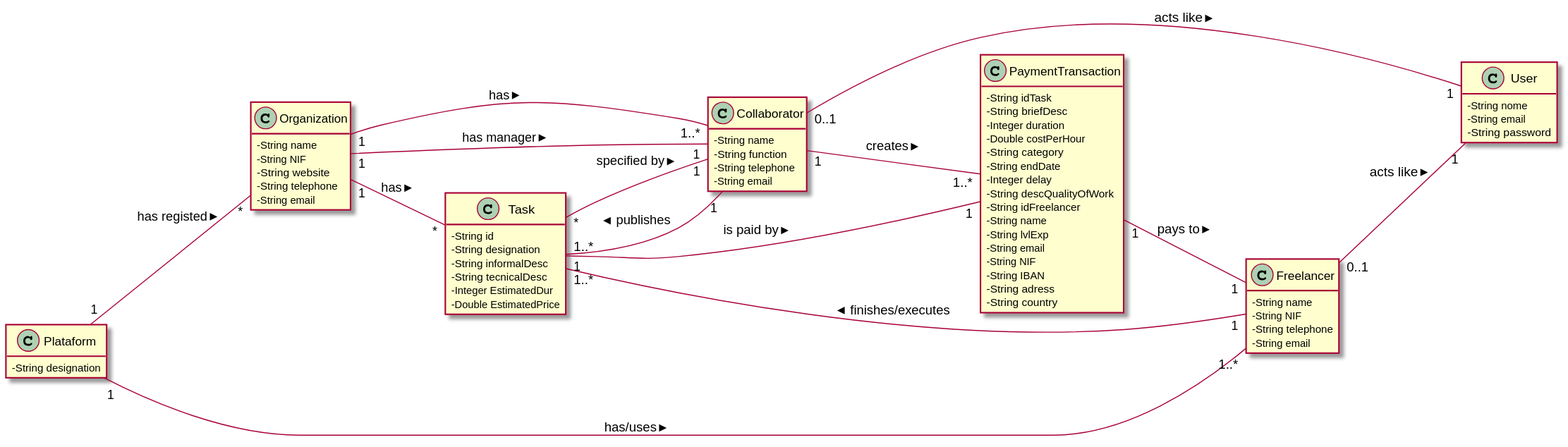
The PlantUML diagram LAPR2-2020-G010-Application/docs/usecases/UC4/UC4_MD.svg in LourencoMelo/ISEP-LAPR2, before a commit.
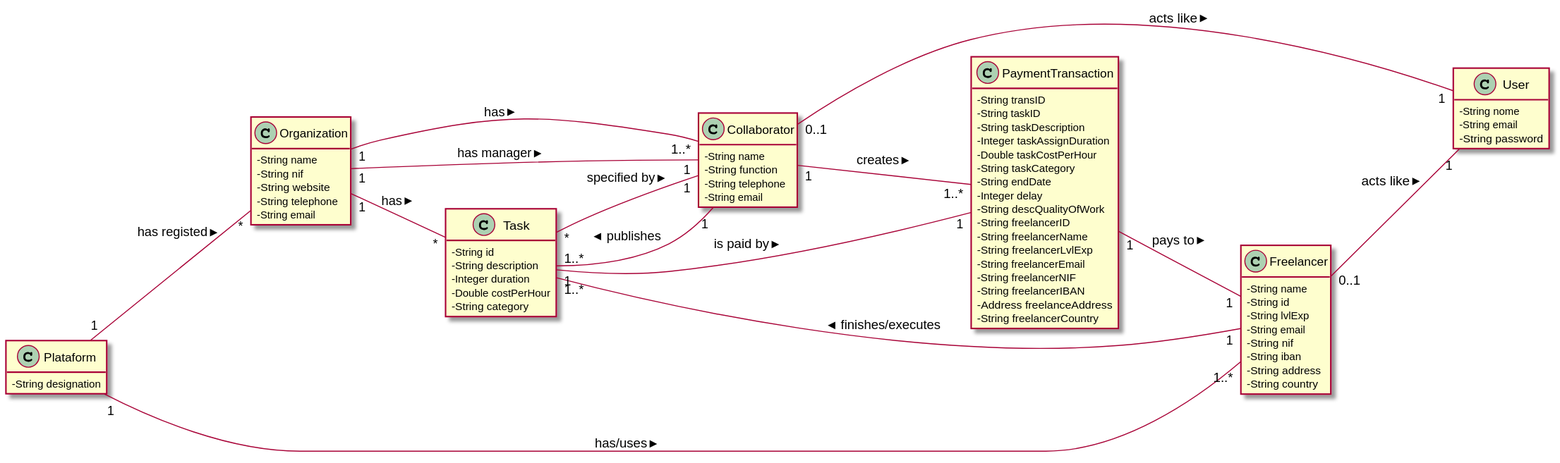
Above is the later version.

What changed in the source:
```diff
@@ -5,37 +5,41 @@
 
 class Task{
 -String id
--String designation
--String informalDesc
--String tecnicalDesc
--Integer EstimatedDur
--Double EstimatedPrice
+-String description
+-Integer duration
+-Double costPerHour
+-String category
 }
 
 class PaymentTransaction{
--String idTask
--String briefDesc
--Integer duration
--Double costPerHour
--String category
+-String transID
+-String taskID
+-String taskDescription
+-Integer taskAssignDuration
+-Double taskCostPerHour
+-String taskCategory
 -String endDate
 -Integer delay
 -String descQualityOfWork
--String idFreelancer
--String name
--String lvlExp
--String email
--String NIF
--String IBAN
--String adress
--String country
+-String freelancerID
+-String freelancerName
+-String freelancerLvlExp
+-String freelancerEmail
+-String freelancerNIF
+-String freelancerIBAN
+-Address freelanceAddress
+-String freelancerCountry
 }
 
 class Freelancer{
 -String name
--String NIF
--String telephone
+-String id
+-String lvlExp
 -String email
+-String nif
+-String iban
+-String address
+-String country
 }
 
 class Collaborator{
@@ -57,7 +61,7 @@
 
 class Organization{
 -String name
--String NIF
+-String nif
 -String website
 -String telephone
 -String email
```
